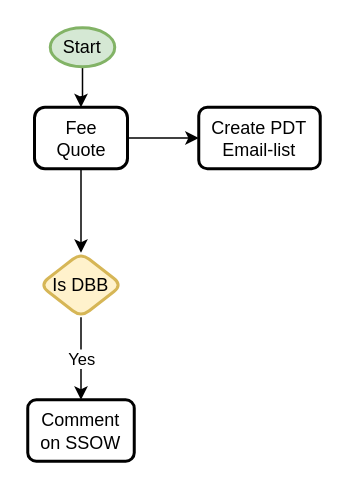
This is Workflows.drawio from benstanfish/Diagrams, a draw.io file, before an edit. Source tidied: cells renumbered, new cells numbered last; positions are measured from the earlier drawing's top-left corner, leaving out a move shared by most shapes. Both pictures are drawn from the tidied source at 150%, with x=0, y=0 at pixel (27, 27).
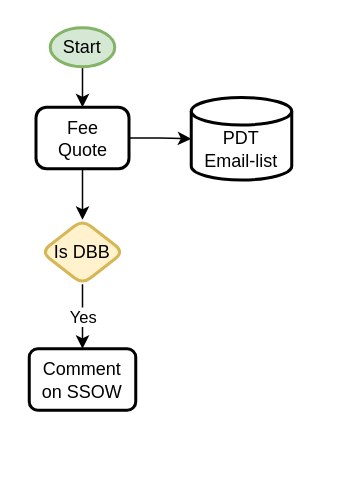
Above is the later version.

Change to the diagram source:
```diff
@@
 <mxGraphModel>
   <root>
     <mxCell id="0" />
     <mxCell id="1" parent="0" />
     <mxCell id="2" style="edgeStyle=orthogonalEdgeStyle;rounded=0;jettySize=auto;html=1;entryX=0.5;entryY=0;entryDx=0;entryDy=0;" parent="1" edge="1" source="3" target="6">
       <mxGeometry relative="1" as="geometry" />
     </mxCell>
     <mxCell id="3" value="Start" style="strokeWidth=2;html=1;shape=mxgraph.flowchart.start_1;whiteSpace=wrap;fillColor=#d5e8d4;strokeColor=#82b366;" parent="1" vertex="1">
       <mxGeometry x="15" width="43" height="26" as="geometry" />
     </mxCell>
-    <mxCell id="4" style="edgeStyle=orthogonalEdgeStyle;rounded=0;jettySize=auto;html=1;" parent="1" edge="1" source="6" target="7">
-      <mxGeometry relative="1" as="geometry" />
-    </mxCell>
     <mxCell id="5" style="edgeStyle=orthogonalEdgeStyle;rounded=0;jettySize=auto;html=1;" parent="1" edge="1" source="6" target="9">
       <mxGeometry relative="1" as="geometry" />
     </mxCell>
+    <mxCell id="11" style="edgeStyle=orthogonalEdgeStyle;rounded=0;jettySize=auto;html=1;" parent="1" edge="1" source="6" target="12">
+      <mxGeometry relative="1" as="geometry" />
+    </mxCell>
     <mxCell id="6" value="Fee&lt;div&gt;Quote&lt;/div&gt;" style="rounded=1;whiteSpace=wrap;html=1;absoluteArcSize=1;arcSize=14;strokeWidth=2;" parent="1" vertex="1">
-      <mxGeometry x="4.5" y="53" width="62" height="41" as="geometry" />
+      <mxGeometry x="5.5" y="53" width="62" height="41" as="geometry" />
     </mxCell>
-    <mxCell id="7" value="Create PDT&lt;div&gt;Email-list&lt;/div&gt;" style="whiteSpace=wrap;html=1;rounded=1;arcSize=14;strokeWidth=2;" parent="1" vertex="1">
-      <mxGeometry x="114" y="53" width="81" height="41" as="geometry" />
-    </mxCell>
     <mxCell id="8" value="Yes" style="edgeStyle=orthogonalEdgeStyle;rounded=0;jettySize=auto;html=1;" parent="1" edge="1" source="9" target="10">
       <mxGeometry relative="1" as="geometry" />
     </mxCell>
     <mxCell id="9" value="Is DBB" style="rhombus;whiteSpace=wrap;html=1;rounded=1;arcSize=14;strokeWidth=2;fillColor=#fff2cc;strokeColor=#d6b656;" parent="1" vertex="1">
-      <mxGeometry x="8" y="150" width="55" height="43" as="geometry" />
+      <mxGeometry x="9" y="128" width="55" height="43" as="geometry" />
     </mxCell>
     <mxCell id="10" value="Comment&lt;div&gt;on SSOW&lt;/div&gt;" style="whiteSpace=wrap;html=1;rounded=1;arcSize=14;strokeWidth=2;" parent="1" vertex="1">
-      <mxGeometry y="248" width="71" height="41" as="geometry" />
+      <mxGeometry x="1" y="214" width="71" height="41" as="geometry" />
     </mxCell>
+    <mxCell id="12" value="&lt;div&gt;&lt;br&gt;&lt;/div&gt;PDT&lt;div&gt;Email-list&lt;/div&gt;" style="strokeWidth=2;html=1;shape=mxgraph.flowchart.database;whiteSpace=wrap;" parent="1" vertex="1">
+      <mxGeometry x="109" y="46.5" width="67" height="55" as="geometry" />
+    </mxCell>
   </root>
 </mxGraphModel>
```
